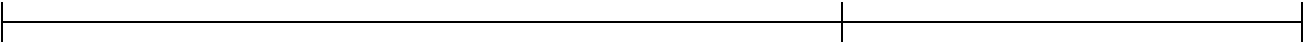
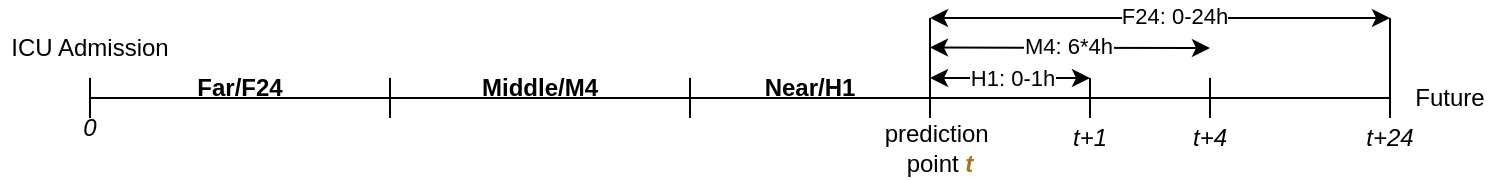
<mxfile host="app.diagrams.net">
  <diagram name="第 1 页" id="pnH7M0hi-_OyoM9Tbuoq">
-     <mxGraphModel dx="1237" dy="262" grid="1" gridSize="10" guides="1" tooltips="1" connect="1" arrows="1" fold="1" page="1" pageScale="1" pageWidth="827" pageHeight="1169" math="0" shadow="0">
+     <mxGraphModel dx="1453" dy="506" grid="1" gridSize="10" guides="1" tooltips="1" connect="1" arrows="1" fold="1" page="1" pageScale="1" pageWidth="827" pageHeight="1169" math="0" shadow="0">
      <root>
        <mxCell id="0" />
        <mxCell id="1" parent="0" />
        <mxCell id="kRG40dHHRiIyl4_-yaEo-1" parent="1" style="shape=crossbar;whiteSpace=wrap;html=1;rounded=1;" value="" vertex="1">
          <mxGeometry height="20" width="420" x="-120" y="200" as="geometry" />
        </mxCell>
        <mxCell id="kRG40dHHRiIyl4_-yaEo-2" parent="1" style="shape=crossbar;whiteSpace=wrap;html=1;rounded=1;" value="" vertex="1">
          <mxGeometry height="20" width="230" x="300" y="200" as="geometry" />
        </mxCell>
+         <mxCell id="IuN1xhWpAsmNA4JxpyJk-1" parent="1" style="text;html=1;whiteSpace=wrap;strokeColor=none;fillColor=none;align=center;verticalAlign=middle;rounded=0;" value="prediction&amp;nbsp;&lt;div&gt;point&amp;nbsp;&lt;span style=&quot;background-color: transparent; color: light-dark(rgb(173, 113, 35), rgb(255, 255, 255));&quot;&gt;&lt;b style=&quot;&quot;&gt;&lt;i style=&quot;&quot;&gt;t&lt;/i&gt;&lt;/b&gt;&lt;/span&gt;&lt;/div&gt;" vertex="1">
+           <mxGeometry height="30" width="110" x="250" y="220" as="geometry" />
+         </mxCell>
+         <mxCell id="IuN1xhWpAsmNA4JxpyJk-2" parent="1" style="text;html=1;whiteSpace=wrap;strokeColor=none;fillColor=none;align=center;verticalAlign=middle;rounded=0;" value="&lt;i&gt;0&lt;/i&gt;" vertex="1">
+           <mxGeometry height="30" width="60" x="-150" y="210" as="geometry" />
+         </mxCell>
+         <mxCell id="IuN1xhWpAsmNA4JxpyJk-3" parent="1" style="text;html=1;whiteSpace=wrap;strokeColor=none;fillColor=none;align=center;verticalAlign=middle;rounded=0;" value="ICU Admission" vertex="1">
+           <mxGeometry height="30" width="90" x="-165" y="170" as="geometry" />
+         </mxCell>
+         <mxCell id="IuN1xhWpAsmNA4JxpyJk-4" parent="1" style="text;html=1;whiteSpace=wrap;strokeColor=none;fillColor=none;align=center;verticalAlign=middle;rounded=0;" value="Future" vertex="1">
+           <mxGeometry height="30" width="60" x="530" y="195" as="geometry" />
+         </mxCell>
+         <mxCell id="IuN1xhWpAsmNA4JxpyJk-5" parent="1" style="shape=crossbar;whiteSpace=wrap;html=1;rounded=1;" value="" vertex="1">
+           <mxGeometry height="20" width="150" x="-120" y="200" as="geometry" />
+         </mxCell>
+         <mxCell id="IuN1xhWpAsmNA4JxpyJk-6" parent="1" style="shape=crossbar;whiteSpace=wrap;html=1;rounded=1;" value="" vertex="1">
+           <mxGeometry height="20" width="150" x="30" y="200" as="geometry" />
+         </mxCell>
+         <mxCell id="IuN1xhWpAsmNA4JxpyJk-9" parent="1" style="text;html=1;whiteSpace=wrap;strokeColor=none;fillColor=none;align=center;verticalAlign=middle;rounded=0;" value="&lt;b&gt;Far/F24&lt;/b&gt;" vertex="1">
+           <mxGeometry height="30" width="60" x="-75" y="190" as="geometry" />
+         </mxCell>
+         <mxCell id="IuN1xhWpAsmNA4JxpyJk-10" parent="1" style="text;html=1;whiteSpace=wrap;strokeColor=none;fillColor=none;align=center;verticalAlign=middle;rounded=0;" value="&lt;b&gt;Middle/M4&lt;/b&gt;" vertex="1">
+           <mxGeometry height="30" width="60" x="75" y="190" as="geometry" />
+         </mxCell>
+         <mxCell id="IuN1xhWpAsmNA4JxpyJk-11" parent="1" style="text;html=1;whiteSpace=wrap;strokeColor=none;fillColor=none;align=center;verticalAlign=middle;rounded=0;" value="&lt;b&gt;Near/H1&lt;/b&gt;" vertex="1">
+           <mxGeometry height="30" width="60" x="210" y="190" as="geometry" />
+         </mxCell>
+         <mxCell id="IuN1xhWpAsmNA4JxpyJk-13" parent="1" style="shape=crossbar;whiteSpace=wrap;html=1;rounded=1;" value="" vertex="1">
+           <mxGeometry height="20" width="80" x="300" y="200" as="geometry" />
+         </mxCell>
+         <mxCell id="IuN1xhWpAsmNA4JxpyJk-14" parent="1" style="text;html=1;whiteSpace=wrap;strokeColor=none;fillColor=none;align=center;verticalAlign=middle;rounded=0;" value="&lt;font style=&quot;font-size: 12px;&quot;&gt;&lt;i&gt;t+1&lt;/i&gt;&lt;/font&gt;" vertex="1">
+           <mxGeometry height="20" width="40" x="360" y="220" as="geometry" />
+         </mxCell>
+         <mxCell id="IuN1xhWpAsmNA4JxpyJk-15" parent="1" style="shape=crossbar;whiteSpace=wrap;html=1;rounded=1;" value="" vertex="1">
+           <mxGeometry height="20" width="60" x="380" y="200" as="geometry" />
+         </mxCell>
+         <mxCell id="IuN1xhWpAsmNA4JxpyJk-16" parent="1" style="text;html=1;whiteSpace=wrap;strokeColor=none;fillColor=none;align=center;verticalAlign=middle;rounded=0;" value="&lt;i&gt;t+4&lt;/i&gt;" vertex="1">
+           <mxGeometry height="20" width="40" x="420" y="220" as="geometry" />
+         </mxCell>
+         <mxCell id="IuN1xhWpAsmNA4JxpyJk-17" parent="1" style="text;html=1;whiteSpace=wrap;strokeColor=none;fillColor=none;align=center;verticalAlign=middle;rounded=0;" value="&lt;i&gt;t+24&lt;/i&gt;" vertex="1">
+           <mxGeometry height="20" width="40" x="510" y="220" as="geometry" />
+         </mxCell>
+         <mxCell id="IuN1xhWpAsmNA4JxpyJk-18" edge="1" parent="1" source="IuN1xhWpAsmNA4JxpyJk-13" style="endArrow=classic;startArrow=classic;html=1;rounded=0;entryX=0;entryY=0;entryDx=0;entryDy=0;entryPerimeter=0;exitX=0;exitY=0;exitDx=0;exitDy=0;exitPerimeter=0;" target="IuN1xhWpAsmNA4JxpyJk-15" value="">
+           <mxGeometry height="50" relative="1" width="50" as="geometry">
+             <mxPoint x="300" y="210" as="sourcePoint" />
+             <mxPoint x="350" y="160" as="targetPoint" />
+           </mxGeometry>
+         </mxCell>
+         <mxCell id="IuN1xhWpAsmNA4JxpyJk-23" connectable="0" parent="IuN1xhWpAsmNA4JxpyJk-18" style="edgeLabel;html=1;align=center;verticalAlign=middle;resizable=0;points=[];" value="&lt;font style=&quot;font-size: 11px; line-height: 90%;&quot;&gt;H1: 0-1h&lt;/font&gt;" vertex="1">
+           <mxGeometry relative="1" x="0.0608" y="1" as="geometry">
+             <mxPoint x="-2" y="1" as="offset" />
+           </mxGeometry>
+         </mxCell>
+         <mxCell id="IuN1xhWpAsmNA4JxpyJk-19" edge="1" parent="1" source="IuN1xhWpAsmNA4JxpyJk-13" style="endArrow=none;html=1;rounded=0;exitX=0;exitY=1;exitDx=0;exitDy=0;exitPerimeter=0;" value="">
+           <mxGeometry height="50" relative="1" width="50" as="geometry">
+             <mxPoint x="350" y="210" as="sourcePoint" />
+             <mxPoint x="300" y="170" as="targetPoint" />
+           </mxGeometry>
+         </mxCell>
+         <mxCell id="IuN1xhWpAsmNA4JxpyJk-20" edge="1" parent="1" source="IuN1xhWpAsmNA4JxpyJk-17" style="endArrow=none;html=1;rounded=0;exitX=0.5;exitY=0;exitDx=0;exitDy=0;" value="">
+           <mxGeometry height="50" relative="1" width="50" as="geometry">
+             <mxPoint x="440" y="260" as="sourcePoint" />
+             <mxPoint x="530" y="170" as="targetPoint" />
+           </mxGeometry>
+         </mxCell>
+         <mxCell id="IuN1xhWpAsmNA4JxpyJk-21" edge="1" parent="1" style="endArrow=classic;startArrow=classic;html=1;rounded=0;exitX=0;exitY=0;exitDx=0;exitDy=0;exitPerimeter=0;" value="">
+           <mxGeometry height="50" relative="1" width="50" as="geometry">
+             <mxPoint x="300" y="184.76" as="sourcePoint" />
+             <mxPoint x="440" y="185" as="targetPoint" />
+           </mxGeometry>
+         </mxCell>
+         <mxCell id="IuN1xhWpAsmNA4JxpyJk-24" connectable="0" parent="IuN1xhWpAsmNA4JxpyJk-21" style="edgeLabel;html=1;align=center;verticalAlign=middle;resizable=0;points=[];" value="M4: 6*4h" vertex="1">
+           <mxGeometry relative="1" x="-0.0134" y="1" as="geometry">
+             <mxPoint as="offset" />
+           </mxGeometry>
+         </mxCell>
+         <mxCell id="IuN1xhWpAsmNA4JxpyJk-22" edge="1" parent="1" style="endArrow=classic;startArrow=classic;html=1;rounded=0;exitX=0;exitY=0;exitDx=0;exitDy=0;exitPerimeter=0;" value="">
+           <mxGeometry height="50" relative="1" width="50" as="geometry">
+             <mxPoint x="300" y="170" as="sourcePoint" />
+             <mxPoint x="530" y="170" as="targetPoint" />
+           </mxGeometry>
+         </mxCell>
+         <mxCell id="IuN1xhWpAsmNA4JxpyJk-25" connectable="0" parent="IuN1xhWpAsmNA4JxpyJk-22" style="edgeLabel;html=1;align=center;verticalAlign=middle;resizable=0;points=[];" value="F24: 0-24h" vertex="1">
+           <mxGeometry relative="1" x="0.0605" y="1" as="geometry">
+             <mxPoint as="offset" />
+           </mxGeometry>
+         </mxCell>
      </root>
    </mxGraphModel>
  </diagram>
</mxfile>
